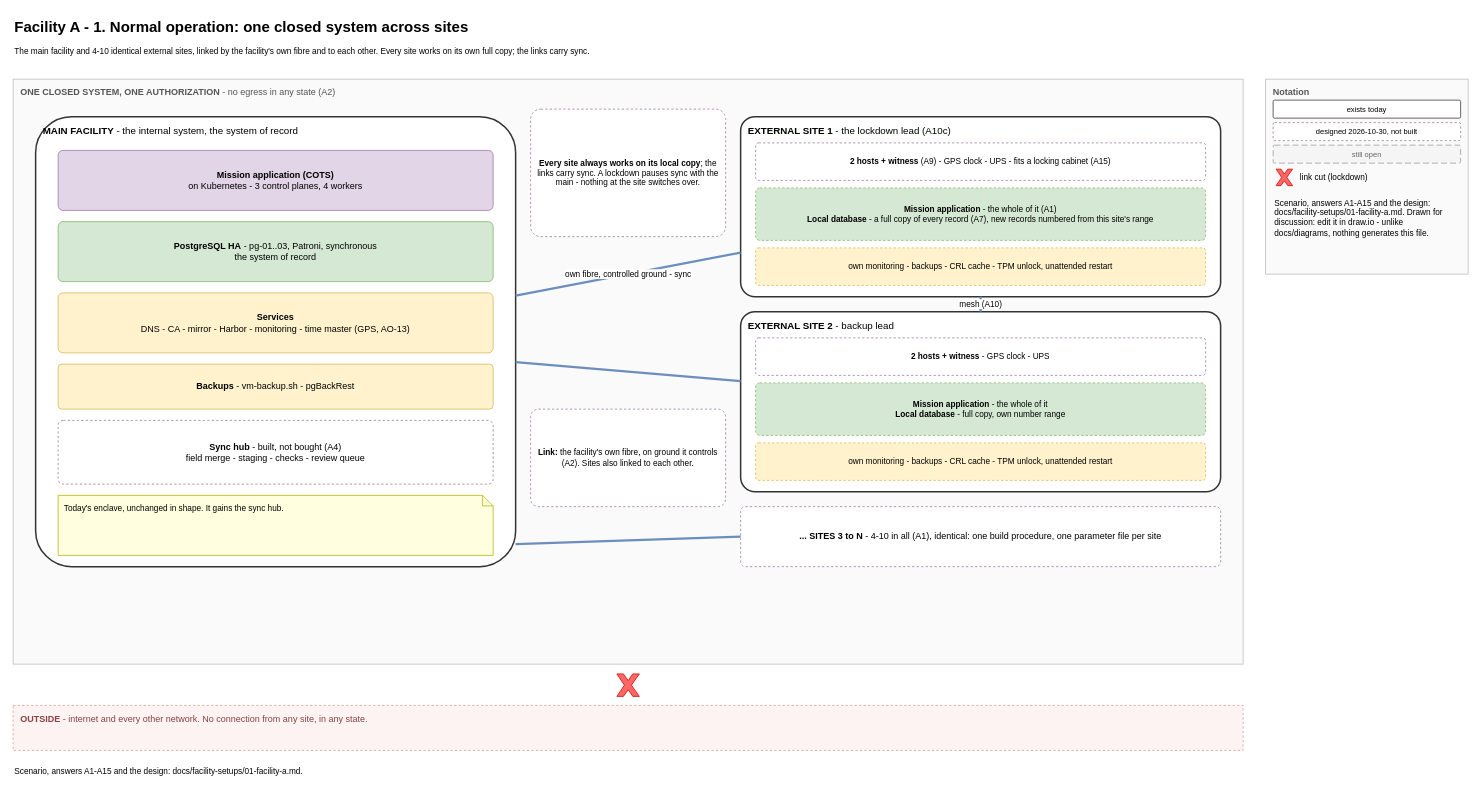
Above: page "1 - Normal operation" (1 of 3) of docs/facility-setups/01-facility-a.drawio in mcveybrian-ship-it/canonical-k8s (draw.io), before the change. Source tidied: cells renumbered, new cells numbered last; positions are measured from the earlier drawing's top-left corner, leaving out a move shared by most shapes. Both pictures are drawn from the tidied source at 75%, with x=0, y=0 at pixel (13, 13).
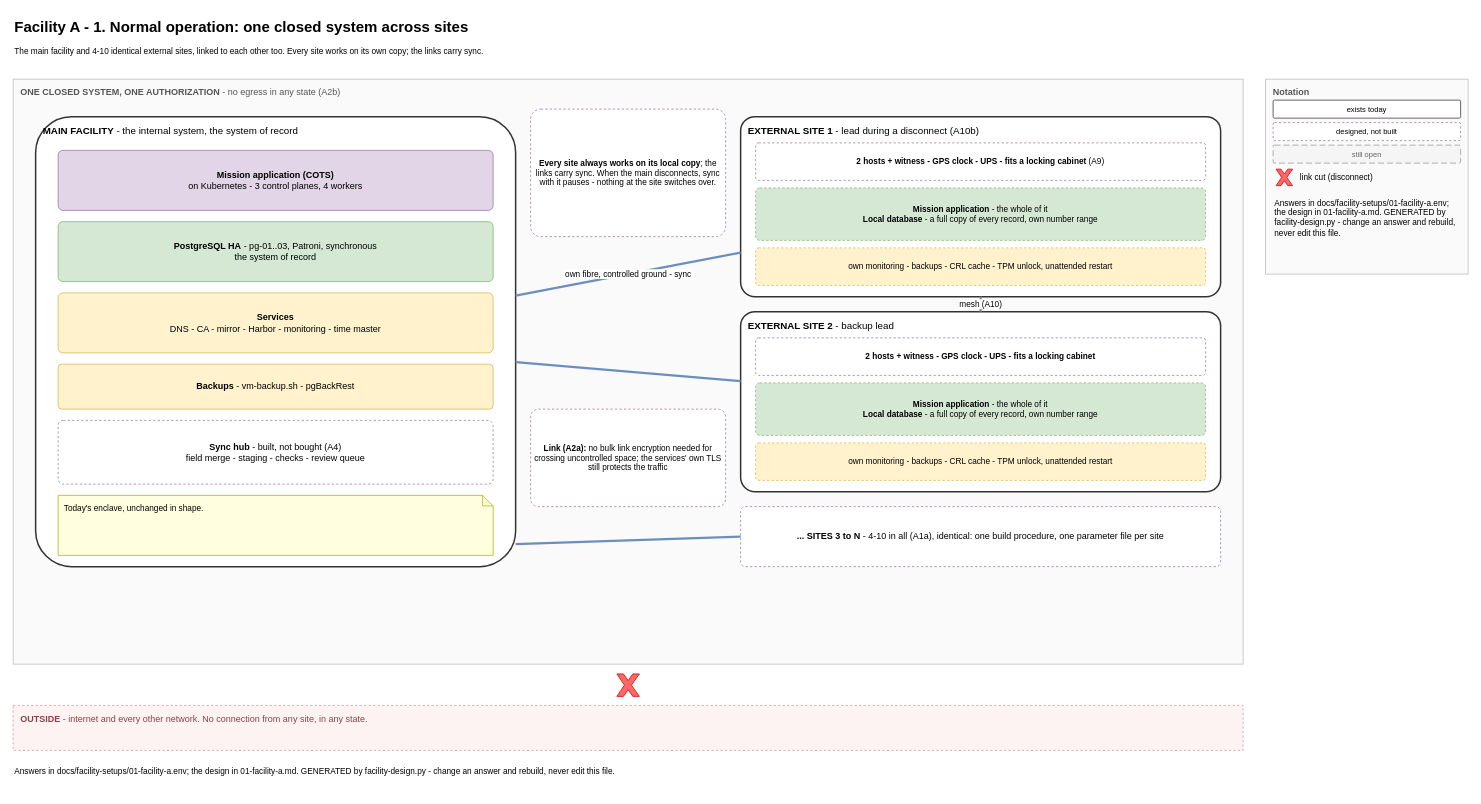
Above is the later version.

The edit, as a diff of the source:
```diff
@@
-    <mxCell id="3" value="The main facility and 4-10 identical external sites, linked by the facility's own fibre and to each other. Every site works on its own full copy; the links carry sync." style="text;html=1;align=left;verticalAlign=top;whiteSpace=wrap;fontSize=11;" parent="1" vertex="1">
+    <mxCell id="3" value="The main facility and 4-10 identical external sites, linked to each other too. Every site works on its own copy; the links carry sync." style="text;html=1;align=left;verticalAlign=top;whiteSpace=wrap;fontSize=11;" parent="1" vertex="1">
       <mxGeometry y="38" width="1640" height="34" as="geometry" />
     </mxCell>
@@
-    <mxCell id="6" value="designed 2026-10-30, not built" style="rounded=1;whiteSpace=wrap;html=1;arcSize=8;fillColor=#ffffff;strokeColor=#9673a6;dashed=1;fontSize=10;" parent="1" vertex="1">
+    <mxCell id="6" value="designed, not built" style="rounded=1;whiteSpace=wrap;html=1;arcSize=8;fillColor=#ffffff;strokeColor=#9673a6;dashed=1;fontSize=10;" parent="1" vertex="1">
       <mxGeometry x="1680" y="146" width="250" height="24" as="geometry" />
     </mxCell>
@@
-    <mxCell id="9" value="link cut (lockdown)" style="text;html=1;align=left;verticalAlign=top;whiteSpace=wrap;fontSize=11;" parent="1" vertex="1">
+    <mxCell id="9" value="link cut (disconnect)" style="text;html=1;align=left;verticalAlign=top;whiteSpace=wrap;fontSize=11;" parent="1" vertex="1">
       <mxGeometry x="1714" y="206" width="210" height="26" as="geometry" />
     </mxCell>
-    <mxCell id="10" value="Scenario, answers A1-A15 and the design: docs/facility-setups/01-facility-a.md. Drawn for discussion: edit it in draw.io - unlike docs/diagrams, nothing generates this file." style="text;html=1;align=left;verticalAlign=top;whiteSpace=wrap;fontSize=11;" parent="1" vertex="1">
+    <mxCell id="10" value="Answers in docs/facility-setups/01-facility-a.env; the design in 01-facility-a.md. GENERATED by facility-design.py - change an answer and rebuild, never edit this file." style="text;html=1;align=left;verticalAlign=top;whiteSpace=wrap;fontSize=11;" parent="1" vertex="1">
       <mxGeometry x="1680" y="240" width="250" height="100" as="geometry" />
     </mxCell>
-    <mxCell id="11" value="&lt;b&gt;ONE CLOSED SYSTEM, ONE AUTHORIZATION&lt;/b&gt; - no egress in any state (A2)" style="rounded=0;whiteSpace=wrap;html=1;fillColor=#fafafa;strokeColor=#bbbbbb;verticalAlign=top;align=left;spacingLeft=8;spacingTop=4;fontColor=#555555;fontSize=12;" parent="1" vertex="1">
+    <mxCell id="11" value="&lt;b&gt;ONE CLOSED SYSTEM, ONE AUTHORIZATION&lt;/b&gt; - no egress in any state (A2b)" style="rounded=0;whiteSpace=wrap;html=1;fillColor=#fafafa;strokeColor=#bbbbbb;verticalAlign=top;align=left;spacingLeft=8;spacingTop=4;fontColor=#555555;fontSize=12;" parent="1" vertex="1">
       <mxGeometry y="88" width="1640" height="780" as="geometry" />
     </mxCell>
@@
-    <mxCell id="17" value="&lt;b&gt;Services&lt;/b&gt;&lt;br&gt;DNS - CA - mirror - Harbor - monitoring - time master (GPS, AO-13)" style="rounded=1;whiteSpace=wrap;html=1;arcSize=8;fillColor=#fff2cc;strokeColor=#d6b656;fontSize=12;" parent="1" vertex="1">
+    <mxCell id="17" value="&lt;b&gt;Services&lt;/b&gt;&lt;br&gt;DNS - CA - mirror - Harbor - monitoring - time master" style="rounded=1;whiteSpace=wrap;html=1;arcSize=8;fillColor=#fff2cc;strokeColor=#d6b656;fontSize=12;" parent="1" vertex="1">
       <mxGeometry x="60" y="373" width="580" height="80" as="geometry" />
     </mxCell>
@@
-    <mxCell id="20" value="Today's enclave, unchanged in shape. It gains the sync hub." style="shape=note;whiteSpace=wrap;html=1;size=14;fillColor=#ffffe0;strokeColor=#b3b300;align=left;verticalAlign=top;spacingLeft=6;spacingTop=4;fontSize=11;" parent="1" vertex="1">
+    <mxCell id="20" value="Today's enclave, unchanged in shape." style="shape=note;whiteSpace=wrap;html=1;size=14;fillColor=#ffffe0;strokeColor=#b3b300;align=left;verticalAlign=top;spacingLeft=6;spacingTop=4;fontSize=11;" parent="1" vertex="1">
       <mxGeometry x="60" y="643" width="580" height="80" as="geometry" />
     </mxCell>
-    <mxCell id="21" value="&lt;b&gt;EXTERNAL SITE 1&lt;/b&gt; - the lockdown lead (A10c)" style="rounded=1;whiteSpace=wrap;html=1;arcSize=8;fillColor=#ffffff;strokeColor=#333333;strokeWidth=2;verticalAlign=top;align=left;spacingLeft=8;spacingTop=4;fontSize=13;" parent="1" vertex="1">
+    <mxCell id="21" value="&lt;b&gt;EXTERNAL SITE 1&lt;/b&gt; - lead during a disconnect (A10b)" style="rounded=1;whiteSpace=wrap;html=1;arcSize=8;fillColor=#ffffff;strokeColor=#333333;strokeWidth=2;verticalAlign=top;align=left;spacingLeft=8;spacingTop=4;fontSize=13;" parent="1" vertex="1">
       <mxGeometry x="970" y="138" width="640" height="240" as="geometry" />
     </mxCell>
-    <mxCell id="22" value="&lt;b&gt;2 hosts + witness&lt;/b&gt; (A9) - GPS clock - UPS - fits a locking cabinet (A15)" style="rounded=1;whiteSpace=wrap;html=1;arcSize=8;fillColor=#ffffff;strokeColor=#9673a6;dashed=1;fontSize=11;" parent="1" vertex="1">
+    <mxCell id="22" value="&lt;b&gt;2 hosts + witness - GPS clock - UPS - fits a locking cabinet&lt;/b&gt; (A9)" style="rounded=1;whiteSpace=wrap;html=1;arcSize=8;fillColor=#ffffff;strokeColor=#9673a6;dashed=1;fontSize=11;" parent="1" vertex="1">
       <mxGeometry x="990" y="173" width="600" height="50" as="geometry" />
     </mxCell>
-    <mxCell id="23" value="&lt;b&gt;Mission application&lt;/b&gt; - the whole of it (A1)&lt;br&gt;&lt;b&gt;Local database&lt;/b&gt; - a full copy of every record (A7), new records numbered from this site's range" style="rounded=1;whiteSpace=wrap;html=1;arcSize=8;fillColor=#d5e8d4;strokeColor=#82b366;dashed=1;fontSize=11;" parent="1" vertex="1">
+    <mxCell id="23" value="&lt;b&gt;Mission application&lt;/b&gt; - the whole of it&lt;br&gt;&lt;b&gt;Local database&lt;/b&gt; - a full copy of every record, own number range" style="rounded=1;whiteSpace=wrap;html=1;arcSize=8;fillColor=#d5e8d4;strokeColor=#82b366;dashed=1;fontSize=11;" parent="1" vertex="1">
       <mxGeometry x="990" y="233" width="600" height="70" as="geometry" />
     </mxCell>
@@
-    <mxCell id="26" value="&lt;b&gt;2 hosts + witness&lt;/b&gt; - GPS clock - UPS" style="rounded=1;whiteSpace=wrap;html=1;arcSize=8;fillColor=#ffffff;strokeColor=#9673a6;dashed=1;fontSize=11;" parent="1" vertex="1">
+    <mxCell id="26" value="&lt;b&gt;2 hosts + witness - GPS clock - UPS - fits a locking cabinet&lt;/b&gt;" style="rounded=1;whiteSpace=wrap;html=1;arcSize=8;fillColor=#ffffff;strokeColor=#9673a6;dashed=1;fontSize=11;" parent="1" vertex="1">
       <mxGeometry x="990" y="433" width="600" height="50" as="geometry" />
     </mxCell>
-    <mxCell id="27" value="&lt;b&gt;Mission application&lt;/b&gt; - the whole of it&lt;br&gt;&lt;b&gt;Local database&lt;/b&gt; - full copy, own number range" style="rounded=1;whiteSpace=wrap;html=1;arcSize=8;fillColor=#d5e8d4;strokeColor=#82b366;dashed=1;fontSize=11;" parent="1" vertex="1">
+    <mxCell id="27" value="&lt;b&gt;Mission application&lt;/b&gt; - the whole of it&lt;br&gt;&lt;b&gt;Local database&lt;/b&gt; - a full copy of every record, own number range" style="rounded=1;whiteSpace=wrap;html=1;arcSize=8;fillColor=#d5e8d4;strokeColor=#82b366;dashed=1;fontSize=11;" parent="1" vertex="1">
       <mxGeometry x="990" y="493" width="600" height="70" as="geometry" />
     </mxCell>
@@
-    <mxCell id="29" value="&lt;b&gt;... SITES 3 to N&lt;/b&gt; - 4-10 in all (A1), identical: one build procedure, one parameter file per site" style="rounded=1;whiteSpace=wrap;html=1;arcSize=8;fillColor=#ffffff;strokeColor=#9673a6;dashed=1;fontSize=12;" parent="1" vertex="1">
+    <mxCell id="29" value="&lt;b&gt;... SITES 3 to N&lt;/b&gt; - 4-10 in all (A1a), identical: one build procedure, one parameter file per site" style="rounded=1;whiteSpace=wrap;html=1;arcSize=8;fillColor=#ffffff;strokeColor=#9673a6;dashed=1;fontSize=12;" parent="1" vertex="1">
       <mxGeometry x="970" y="658" width="640" height="80" as="geometry" />
     </mxCell>
@@
-    <mxCell id="34" value="&lt;b&gt;Every site always works on its local copy&lt;/b&gt;; the links carry sync. A lockdown pauses sync with the main - nothing at the site switches over." style="rounded=1;whiteSpace=wrap;html=1;arcSize=8;fillColor=#ffffff;strokeColor=#9673a6;dashed=1;fontSize=11;" parent="1" vertex="1">
+    <mxCell id="34" value="&lt;b&gt;Every site always works on its local copy&lt;/b&gt;; the links carry sync. When the main disconnects, sync with it pauses - nothing at the site switches over." style="rounded=1;whiteSpace=wrap;html=1;arcSize=8;fillColor=#ffffff;strokeColor=#9673a6;dashed=1;fontSize=11;" parent="1" vertex="1">
       <mxGeometry x="690" y="128" width="260" height="170" as="geometry" />
     </mxCell>
-    <mxCell id="35" value="&lt;b&gt;Link:&lt;/b&gt; the facility's own fibre, on ground it controls (A2). Sites also linked to each other." style="rounded=1;whiteSpace=wrap;html=1;arcSize=8;fillColor=#ffffff;strokeColor=#9673a6;dashed=1;fontSize=11;" parent="1" vertex="1">
+    <mxCell id="35" value="&lt;b&gt;Link (A2a):&lt;/b&gt; no bulk link encryption needed for crossing uncontrolled space; the services' own TLS still protects the traffic" style="rounded=1;whiteSpace=wrap;html=1;arcSize=8;fillColor=#ffffff;strokeColor=#9673a6;dashed=1;fontSize=11;" parent="1" vertex="1">
       <mxGeometry x="690" y="528" width="260" height="130" as="geometry" />
     </mxCell>
-    <mxCell id="36" value="Scenario, answers A1-A15 and the design: docs/facility-setups/01-facility-a.md." style="text;html=1;align=left;verticalAlign=top;whiteSpace=wrap;fontSize=11;" parent="1" vertex="1">
+    <mxCell id="36" value="Answers in docs/facility-setups/01-facility-a.env; the design in 01-facility-a.md. GENERATED by facility-design.py - change an answer and rebuild, never edit this file." style="text;html=1;align=left;verticalAlign=top;whiteSpace=wrap;fontSize=11;" parent="1" vertex="1">
       <mxGeometry y="998" width="1640" height="40" as="geometry" />
     </mxCell>
```
